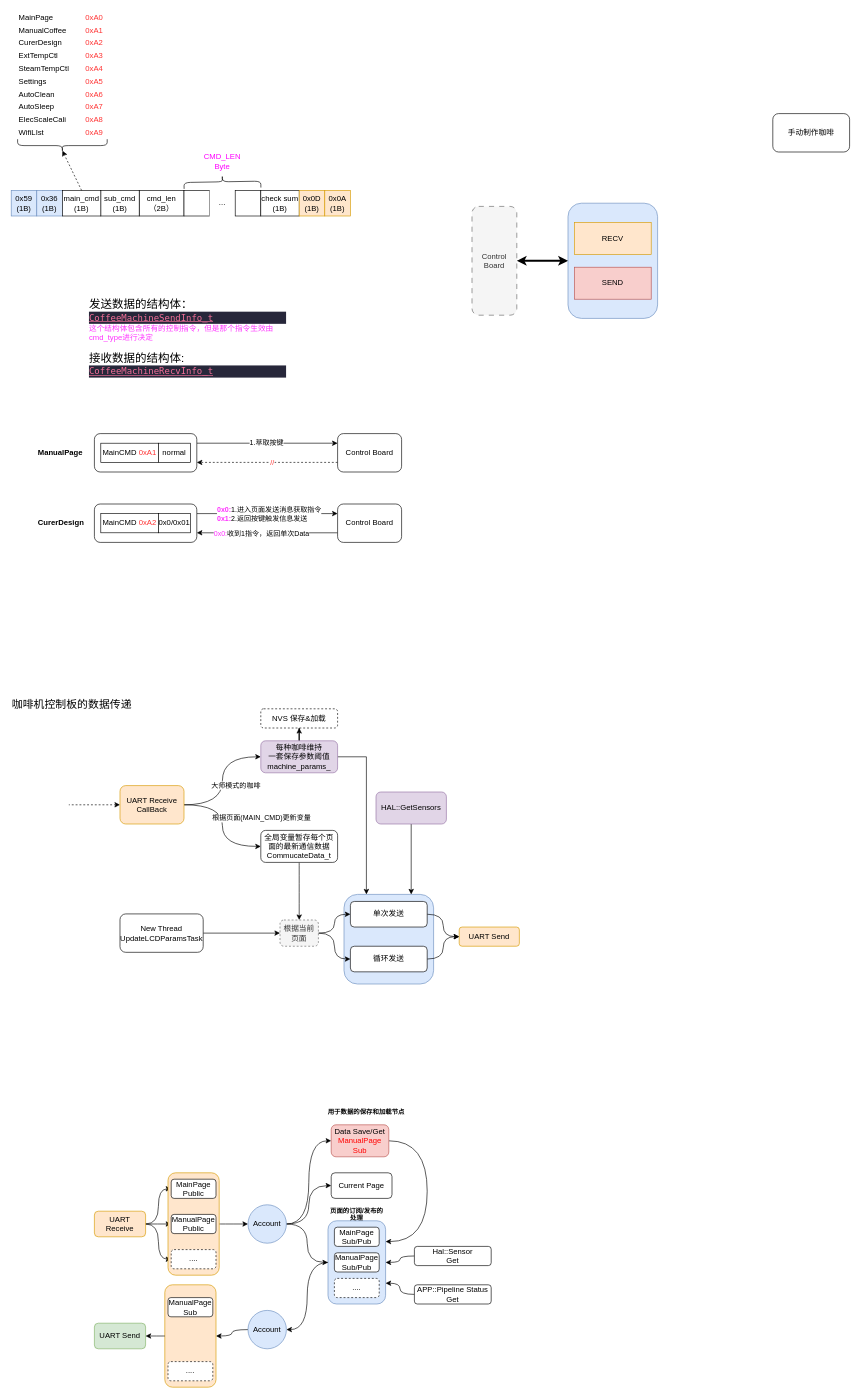
Earlier version of the draw.io diagram Amateur/CoffeeWs/通信协议.drawio (mailonghua/drawio). Source tidied: cells renumbered, new cells numbered last; positions are measured from the earlier drawing's top-left corner, leaving out a move shared by most shapes. Both pictures are drawn from the tidied source at 64%, with x=0, y=0 at pixel (11, 11).
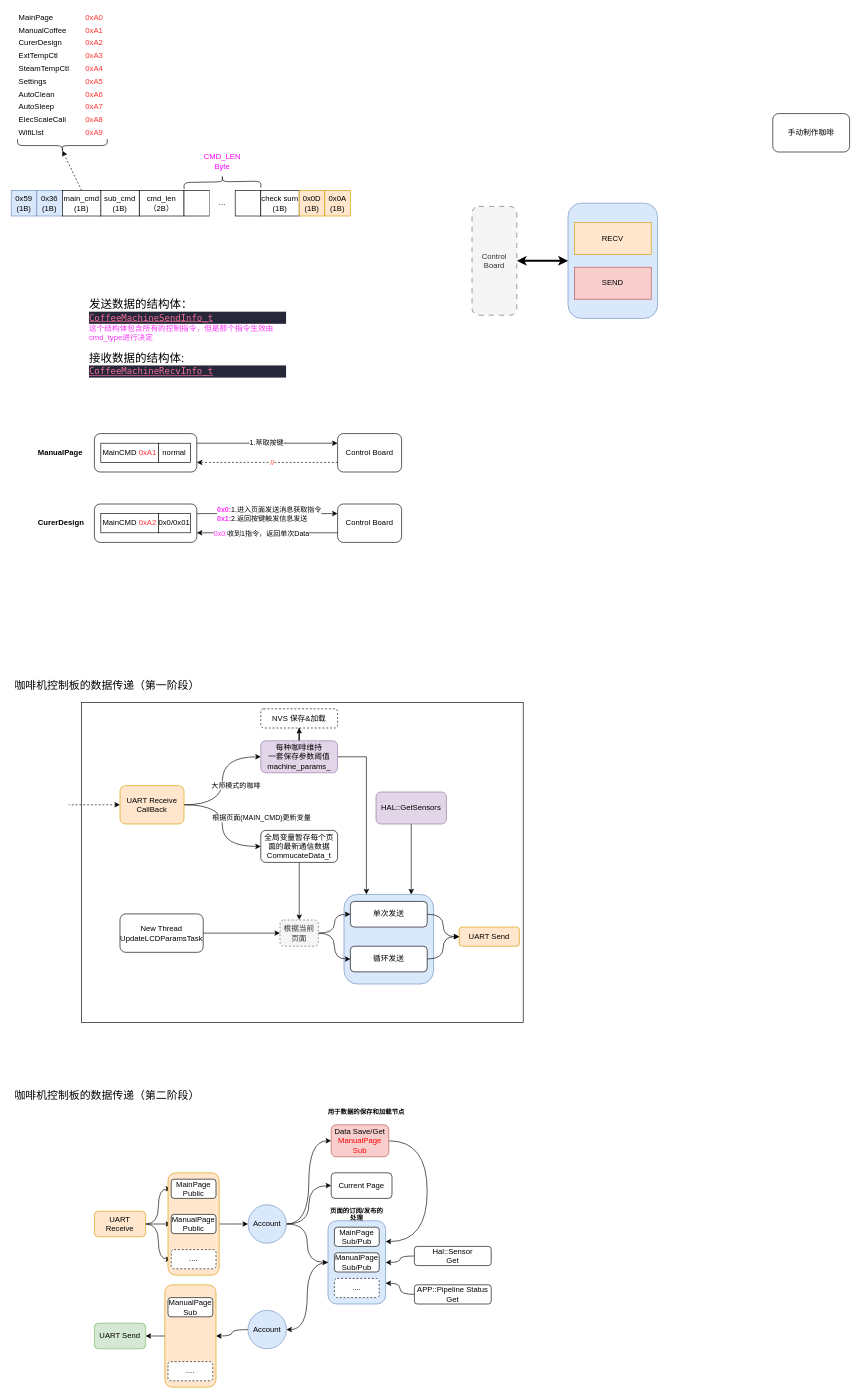
Above is the later version.

Commit message:
更新通信协议.drawio

Change to the diagram source:
```diff
@@
+    <mxCell id="125" style="rounded=0;whiteSpace=wrap;html=1;" parent="1" vertex="1">
+      <mxGeometry x="110" y="1080" width="690" height="500" as="geometry" />
+    </mxCell>
@@
-    <mxCell id="70" value="咖啡机控制板的数据传递" style="text;html=1;whiteSpace=wrap;strokeColor=none;fillColor=none;align=center;verticalAlign=middle;rounded=0;fontSize=17;" parent="1" vertex="1">
-      <mxGeometry y="1070" width="190" height="30" as="geometry" />
+    <mxCell id="70" value="咖啡机控制板的数据传递（第一阶段）" style="text;html=1;whiteSpace=wrap;strokeColor=none;fillColor=none;align=center;verticalAlign=middle;rounded=0;fontSize=17;" parent="1" vertex="1">
+      <mxGeometry y="1040" width="300" height="30" as="geometry" />
     </mxCell>
@@
+    <mxCell id="126" value="咖啡机控制板的数据传递（第二阶段）" style="text;html=1;whiteSpace=wrap;strokeColor=none;fillColor=none;align=center;verticalAlign=middle;rounded=0;fontSize=17;" parent="1" vertex="1">
+      <mxGeometry y="1680" width="300" height="30" as="geometry" />
+    </mxCell>
```
